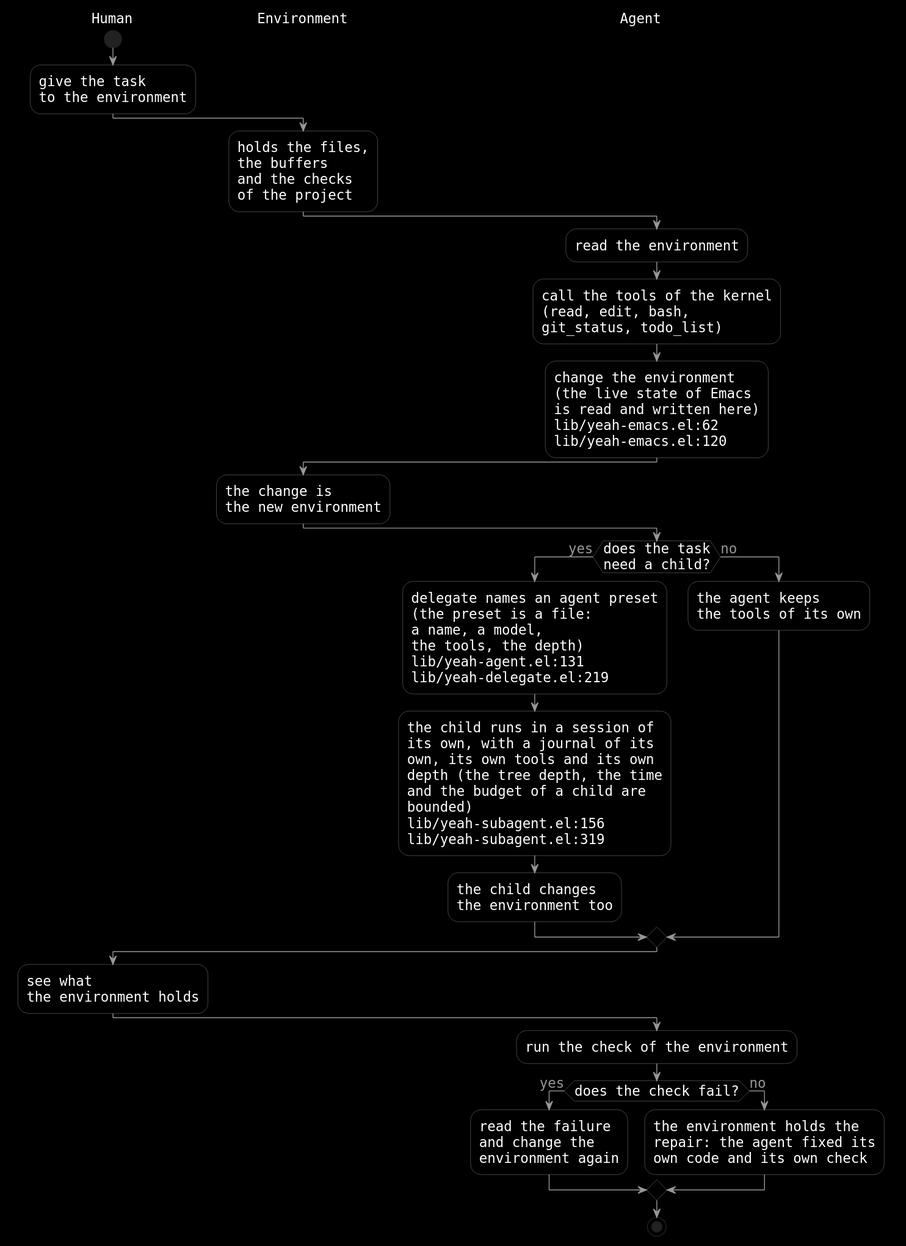
11111000000/yeah keeps this PlantUML diagram as site/assets/diagrams/fixed-point-dark.svg. Above is the earlier version.
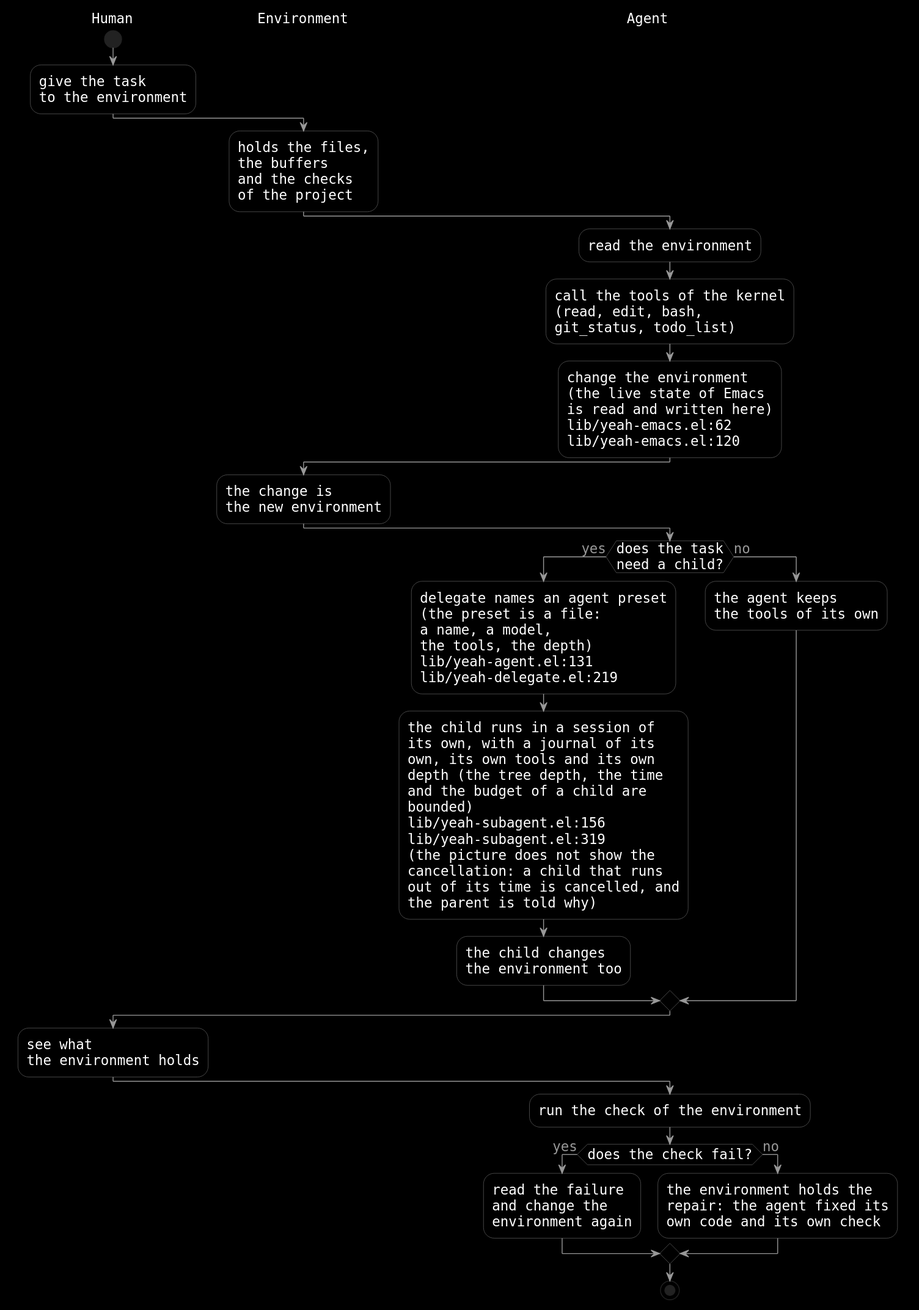
The same file after the commit.

What changed in the source:
```diff
@@ -1,4 +1,5 @@
 @startuml
+!define SUBJECT_BG #0E3A2C
 skinparam nodeStyle rectangle
 skinparam stateStyle rectangle
 skinparam componentStyle rectangle
@@ -45,7 +46,7 @@
 |Agent|
 if (does the task\nneed a child?) then (yes)
   :delegate names an agent preset\n(the preset is a file:\na name, a model,\nthe tools, the depth)\nlib/yeah-agent.el:131\nlib/yeah-delegate.el:219;
-  :the child runs in a session of\nits own, with a journal of its\nown, its own tools and its own\ndepth (the tree depth, the time\nand the budget of a child are\nbounded)\nlib/yeah-subagent.el:156\nlib/yeah-subagent.el:319;
+  :the child runs in a session of\nits own, with a journal of its\nown, its own tools and its own\ndepth (the tree depth, the time\nand the budget of a child are\nbounded)\nlib/yeah-subagent.el:156\nlib/yeah-subagent.el:319\n(the picture does not show the\ncancellation: a child that runs\nout of its time is cancelled, and\nthe parent is told why);
   :the child changes\nthe environment too;
 else (no)
   :the agent keeps\nthe tools of its own;
```
